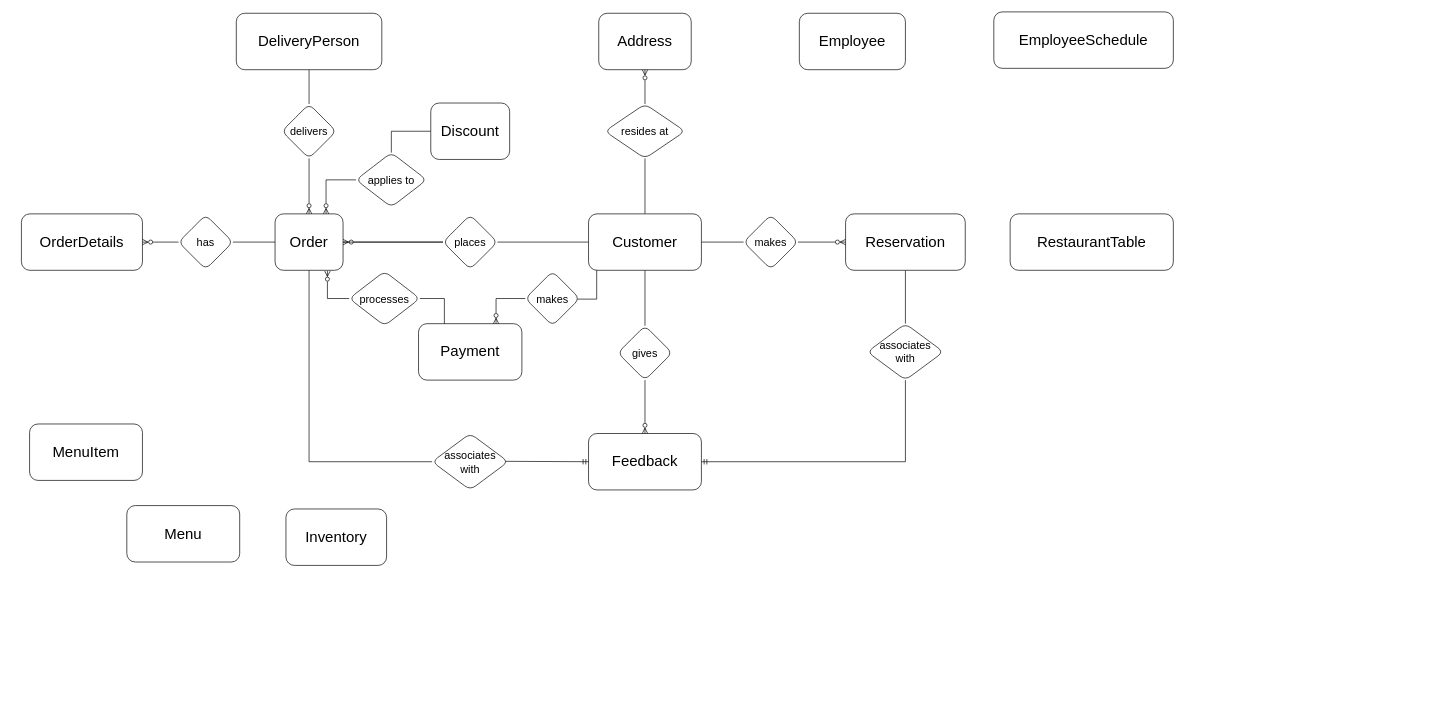
Before: ERD.drawio in KhangProton/ISYS3414-restaurant, a draw.io diagram. Source tidied: cells renumbered, new cells numbered last; positions are measured from the earlier drawing's top-left corner, leaving out a move shared by most shapes. Both pictures are drawn from the tidied source at 68%, with x=0, y=0 at pixel (21, 12).
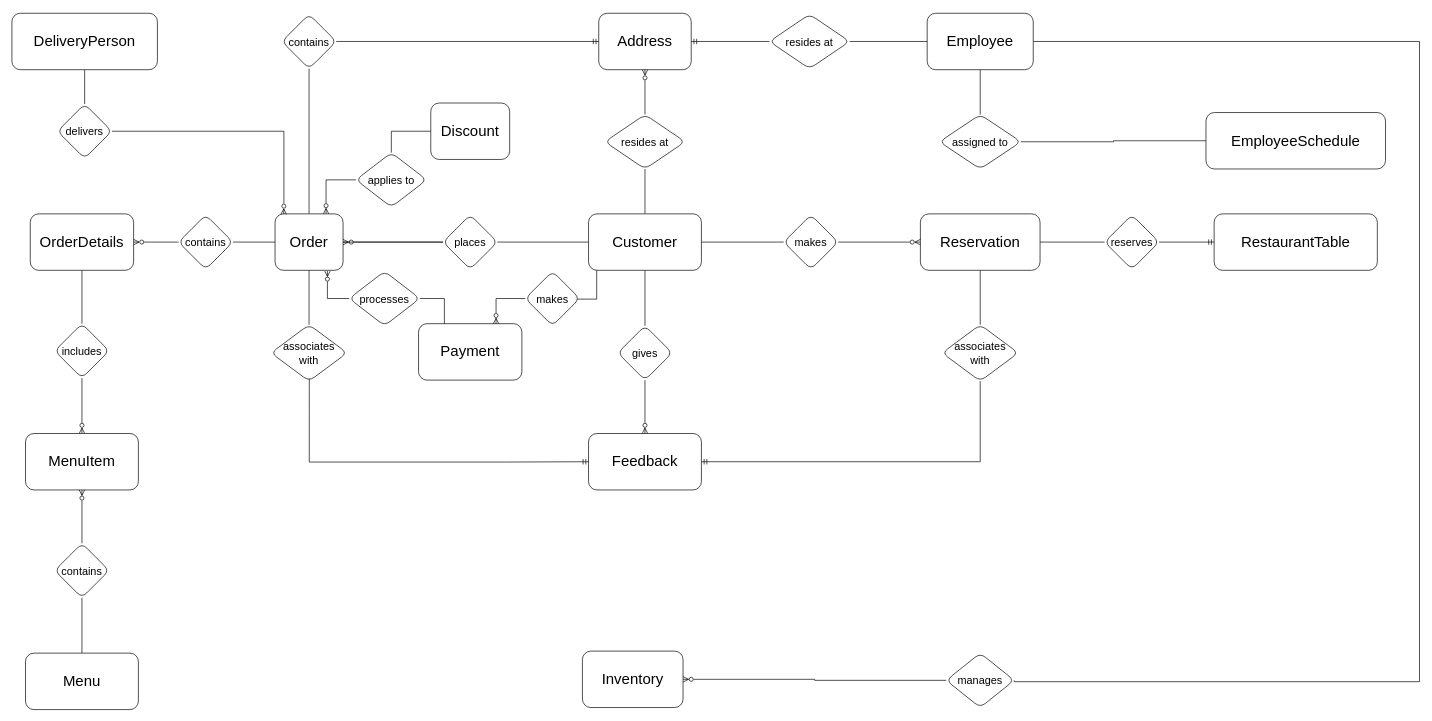
The same diagram, later.

Unchanged cells that the change refers to:
```xml
<mxCell id="7" value="Address" style="rounded=1;whiteSpace=wrap;fontSize=22;" parent="1" vertex="1">
  <mxGeometry x="849" y="2" width="136" height="83" as="geometry" />
</mxCell>
<mxCell id="13" value="Order" style="rounded=1;whiteSpace=wrap;fontSize=22;" parent="1" vertex="1">
  <mxGeometry x="373" y="297" width="100" height="83" as="geometry" />
</mxCell>
<mxCell id="21" value="Feedback" style="rounded=1;whiteSpace=wrap;fontSize=22;" parent="1" vertex="1">
  <mxGeometry x="834" y="620" width="166" height="83" as="geometry" />
</mxCell>
```

Change to the diagram source:
```diff
@@
     <mxCell id="9" value="DeliveryPerson" style="rounded=1;whiteSpace=wrap;fontSize=22;" parent="1" vertex="1">
-      <mxGeometry x="316" y="2" width="214" height="83" as="geometry" />
+      <mxGeometry x="-14" y="2" width="214" height="83" as="geometry" />
     </mxCell>
@@
-    <mxCell id="12" style="edgeStyle=orthogonalEdgeStyle;shape=connector;rounded=0;jettySize=auto;html=1;exitX=0.5;exitY=1;exitDx=0;exitDy=0;entryX=0;entryY=0.5;entryDx=0;entryDy=0;labelBackgroundColor=default;strokeColor=default;strokeWidth=1;fontFamily=Helvetica;fontSize=14;fontColor=default;endArrow=none;endFill=0;" parent="1" edge="1" source="13" target="36">
-      <mxGeometry relative="1" as="geometry">
-        <Array as="points">
-          <mxPoint x="423" y="662" />
-        </Array>
-      </mxGeometry>
+    <mxCell id="12" style="edgeStyle=orthogonalEdgeStyle;shape=connector;rounded=0;jettySize=auto;html=1;exitX=0.5;exitY=1;exitDx=0;exitDy=0;entryX=0.5;entryY=0;entryDx=0;entryDy=0;labelBackgroundColor=default;strokeColor=default;strokeWidth=1;fontFamily=Helvetica;fontSize=14;fontColor=default;endArrow=none;endFill=0;" parent="1" edge="1" source="13" target="36">
+      <mxGeometry relative="1" as="geometry" />
     </mxCell>
+    <mxCell id="51" style="edgeStyle=orthogonalEdgeStyle;shape=connector;rounded=0;jettySize=auto;html=1;labelBackgroundColor=default;strokeColor=default;strokeWidth=1;fontFamily=Helvetica;fontSize=14;fontColor=default;endArrow=none;endFill=0;" parent="1" edge="1" source="13" target="59">
+      <mxGeometry relative="1" as="geometry" />
+    </mxCell>
@@
+    <mxCell id="52" style="edgeStyle=orthogonalEdgeStyle;shape=connector;rounded=0;jettySize=auto;html=1;labelBackgroundColor=default;strokeColor=default;strokeWidth=1;fontFamily=Helvetica;fontSize=14;fontColor=default;endArrow=none;endFill=0;" parent="1" edge="1" source="14" target="62">
+      <mxGeometry relative="1" as="geometry" />
+    </mxCell>
     <mxCell id="14" value="OrderDetails" style="rounded=1;whiteSpace=wrap;fontSize=22;" parent="1" vertex="1">
-      <mxGeometry y="297" width="178" height="83" as="geometry" />
+      <mxGeometry x="13" y="297" width="152" height="83" as="geometry" />
     </mxCell>
+    <mxCell id="53" style="edgeStyle=orthogonalEdgeStyle;shape=connector;rounded=0;jettySize=auto;html=1;labelBackgroundColor=default;strokeColor=default;strokeWidth=1;fontFamily=Helvetica;fontSize=14;fontColor=default;endArrow=none;endFill=0;" parent="1" edge="1" source="15" target="64">
+      <mxGeometry relative="1" as="geometry" />
+    </mxCell>
     <mxCell id="15" value="Menu" style="rounded=1;whiteSpace=wrap;fontSize=22;" parent="1" vertex="1">
-      <mxGeometry x="155" y="726" width="166" height="83" as="geometry" />
+      <mxGeometry x="6" y="943" width="166" height="83" as="geometry" />
     </mxCell>
+    <mxCell id="54" style="edgeStyle=orthogonalEdgeStyle;shape=connector;rounded=0;jettySize=auto;html=1;labelBackgroundColor=default;strokeColor=default;strokeWidth=1;fontFamily=Helvetica;fontSize=14;fontColor=default;endArrow=none;endFill=0;startArrow=ERzeroToMany;startFill=0;" parent="1" edge="1" source="16" target="62">
+      <mxGeometry relative="1" as="geometry" />
+    </mxCell>
     <mxCell id="16" value="MenuItem" style="rounded=1;whiteSpace=wrap;fontSize=22;" parent="1" vertex="1">
-      <mxGeometry x="12" y="606" width="166" height="83" as="geometry" />
+      <mxGeometry x="6" y="620" width="166" height="83" as="geometry" />
     </mxCell>
@@
+    <mxCell id="55" style="edgeStyle=orthogonalEdgeStyle;shape=connector;rounded=0;jettySize=auto;html=1;labelBackgroundColor=default;strokeColor=default;strokeWidth=1;fontFamily=Helvetica;fontSize=14;fontColor=default;endArrow=none;endFill=0;" parent="1" edge="1" source="18" target="61">
+      <mxGeometry relative="1" as="geometry" />
+    </mxCell>
     <mxCell id="18" value="Reservation" style="rounded=1;whiteSpace=wrap;fontSize=22;" parent="1" vertex="1">
-      <mxGeometry x="1212" y="297" width="176" height="83" as="geometry" />
+      <mxGeometry x="1322" y="297" width="176" height="83" as="geometry" />
     </mxCell>
     <mxCell id="19" value="RestaurantTable" style="rounded=1;whiteSpace=wrap;fontSize=22;" parent="1" vertex="1">
-      <mxGeometry x="1454" y="297" width="240" height="83" as="geometry" />
+      <mxGeometry x="1754" y="297" width="240" height="83" as="geometry" />
     </mxCell>
+    <mxCell id="56" style="edgeStyle=orthogonalEdgeStyle;shape=connector;rounded=0;jettySize=auto;html=1;exitX=1;exitY=0.5;exitDx=0;exitDy=0;entryX=1;entryY=0.5;entryDx=0;entryDy=0;labelBackgroundColor=default;strokeColor=default;strokeWidth=1;fontFamily=Helvetica;fontSize=14;fontColor=default;endArrow=none;endFill=0;" parent="1" edge="1" source="20" target="69">
+      <mxGeometry relative="1" as="geometry">
+        <Array as="points">
+          <mxPoint x="2056" y="44" />
+          <mxPoint x="2056" y="985" />
+        </Array>
+      </mxGeometry>
+    </mxCell>
+    <mxCell id="57" style="edgeStyle=orthogonalEdgeStyle;shape=connector;rounded=0;jettySize=auto;html=1;exitX=0.5;exitY=1;exitDx=0;exitDy=0;entryX=0.5;entryY=0;entryDx=0;entryDy=0;labelBackgroundColor=default;strokeColor=default;strokeWidth=1;fontFamily=Helvetica;fontSize=14;fontColor=default;endArrow=none;endFill=0;" parent="1" edge="1" source="20" target="71">
+      <mxGeometry relative="1" as="geometry" />
+    </mxCell>
     <mxCell id="20" value="Employee" style="rounded=1;whiteSpace=wrap;fontSize=22;" parent="1" vertex="1">
-      <mxGeometry x="1144" y="2" width="156" height="83" as="geometry" />
+      <mxGeometry x="1332" y="2" width="156" height="83" as="geometry" />
     </mxCell>
@@
     <mxCell id="22" value="EmployeeSchedule" style="rounded=1;whiteSpace=wrap;fontSize=22;" parent="1" vertex="1">
-      <mxGeometry x="1430" width="264" height="83" as="geometry" />
+      <mxGeometry x="1742" y="148" width="264" height="83" as="geometry" />
     </mxCell>
@@
     <mxCell id="26" value="resides at" style="rhombus;whiteSpace=wrap;html=1;fontSize=16;rounded=1;" parent="1" vertex="1">
-      <mxGeometry x="858" y="135.5" width="118" height="80" as="geometry" />
+      <mxGeometry x="858" y="151" width="118" height="80" as="geometry" />
     </mxCell>
@@
     <mxCell id="28" value="makes" style="rhombus;whiteSpace=wrap;html=1;fontSize=16;rounded=1;" parent="1" vertex="1">
-      <mxGeometry x="1062" y="298.5" width="80" height="80" as="geometry" />
+      <mxGeometry x="1121" y="298.5" width="80" height="80" as="geometry" />
     </mxCell>
@@
-    <mxCell id="32" value="has" style="rhombus;whiteSpace=wrap;html=1;fontSize=16;rounded=1;" parent="1" vertex="1">
+    <mxCell id="32" value="contains" style="rhombus;whiteSpace=wrap;html=1;fontSize=16;rounded=1;" parent="1" vertex="1">
       <mxGeometry x="231" y="298.5" width="80" height="80" as="geometry" />
     </mxCell>
-    <mxCell id="33" style="edgeStyle=orthogonalEdgeStyle;shape=connector;rounded=0;jettySize=auto;html=1;labelBackgroundColor=default;strokeColor=default;strokeWidth=1;fontFamily=Helvetica;fontSize=14;fontColor=default;endArrow=ERzeroToMany;endFill=0;" parent="1" edge="1" source="34" target="13">
-      <mxGeometry relative="1" as="geometry" />
+    <mxCell id="33" style="edgeStyle=orthogonalEdgeStyle;shape=connector;rounded=0;jettySize=auto;html=1;labelBackgroundColor=default;strokeColor=default;strokeWidth=1;fontFamily=Helvetica;fontSize=14;fontColor=default;endArrow=ERzeroToMany;endFill=0;entryX=0.127;entryY=0.008;entryDx=0;entryDy=0;entryPerimeter=0;" parent="1" edge="1" source="34" target="13">
+      <mxGeometry relative="1" as="geometry">
+        <Array as="points">
+          <mxPoint x="386" y="176" />
+          <mxPoint x="386" y="282" />
+        </Array>
+      </mxGeometry>
     </mxCell>
     <mxCell id="34" value="delivers" style="rhombus;whiteSpace=wrap;html=1;fontSize=16;rounded=1;" parent="1" vertex="1">
-      <mxGeometry x="383" y="135.5" width="80" height="80" as="geometry" />
+      <mxGeometry x="53" y="135.5" width="80" height="80" as="geometry" />
     </mxCell>
-    <mxCell id="35" style="edgeStyle=orthogonalEdgeStyle;shape=connector;rounded=0;jettySize=auto;html=1;entryX=0;entryY=0.5;entryDx=0;entryDy=0;labelBackgroundColor=default;strokeColor=default;strokeWidth=1;fontFamily=Helvetica;fontSize=14;fontColor=default;endArrow=ERmandOne;endFill=0;exitX=0.952;exitY=0.493;exitDx=0;exitDy=0;exitPerimeter=0;" parent="1" edge="1" source="36" target="21">
+    <mxCell id="35" style="edgeStyle=orthogonalEdgeStyle;shape=connector;rounded=0;jettySize=auto;html=1;entryX=0;entryY=0.5;entryDx=0;entryDy=0;labelBackgroundColor=default;strokeColor=default;strokeWidth=1;fontFamily=Helvetica;fontSize=14;fontColor=default;endArrow=ERmandOne;endFill=0;exitX=0.503;exitY=0.948;exitDx=0;exitDy=0;exitPerimeter=0;" parent="1" edge="1" source="36" target="21">
       <mxGeometry relative="1" as="geometry">
         <Array as="points">
-          <mxPoint x="710" y="661" />
+          <mxPoint x="423" y="662" />
+          <mxPoint x="710" y="662" />
         </Array>
       </mxGeometry>
     </mxCell>
     <mxCell id="36" value="&lt;div&gt;associates&lt;/div&gt;&lt;div&gt;with&lt;br&gt;&lt;/div&gt;" style="rhombus;whiteSpace=wrap;html=1;fontSize=16;rounded=1;" parent="1" vertex="1">
-      <mxGeometry x="604" y="620" width="112" height="83" as="geometry" />
+      <mxGeometry x="367" y="460" width="112" height="83" as="geometry" />
     </mxCell>
@@
     <mxCell id="38" value="&lt;div&gt;associates&lt;/div&gt;&lt;div&gt;with&lt;br&gt;&lt;/div&gt;" style="rhombus;whiteSpace=wrap;html=1;fontSize=16;rounded=1;" parent="1" vertex="1">
-      <mxGeometry x="1244" y="458.5" width="112" height="83" as="geometry" />
+      <mxGeometry x="1354" y="460" width="112" height="83" as="geometry" />
     </mxCell>
     <mxCell id="39" value="Inventory" style="rounded=1;whiteSpace=wrap;fontSize=22;" parent="1" vertex="1">
-      <mxGeometry x="389" y="731" width="148" height="83" as="geometry" />
+      <mxGeometry x="825" y="940" width="148" height="83" as="geometry" />
     </mxCell>
@@
+    <mxCell id="58" style="edgeStyle=orthogonalEdgeStyle;shape=connector;rounded=0;jettySize=auto;html=1;exitX=1;exitY=0.5;exitDx=0;exitDy=0;entryX=0;entryY=0.5;entryDx=0;entryDy=0;labelBackgroundColor=default;strokeColor=default;strokeWidth=1;fontFamily=Helvetica;fontSize=14;fontColor=default;endArrow=ERmandOne;endFill=0;" parent="1" edge="1" source="59" target="7">
+      <mxGeometry relative="1" as="geometry" />
+    </mxCell>
+    <mxCell id="59" value="contains" style="rhombus;whiteSpace=wrap;html=1;fontSize=16;rounded=1;" parent="1" vertex="1">
+      <mxGeometry x="383" y="3.5" width="80" height="80" as="geometry" />
+    </mxCell>
+    <mxCell id="60" style="edgeStyle=orthogonalEdgeStyle;shape=connector;rounded=0;jettySize=auto;html=1;exitX=1;exitY=0.5;exitDx=0;exitDy=0;entryX=0;entryY=0.5;entryDx=0;entryDy=0;labelBackgroundColor=default;strokeColor=default;strokeWidth=1;fontFamily=Helvetica;fontSize=14;fontColor=default;endArrow=ERmandOne;endFill=0;" parent="1" edge="1" source="61" target="19">
+      <mxGeometry relative="1" as="geometry" />
+    </mxCell>
+    <mxCell id="61" value="reserves" style="rhombus;whiteSpace=wrap;html=1;fontSize=16;rounded=1;" parent="1" vertex="1">
+      <mxGeometry x="1593" y="298.5" width="80" height="80" as="geometry" />
+    </mxCell>
+    <mxCell id="62" value="includes" style="rhombus;whiteSpace=wrap;html=1;fontSize=16;rounded=1;" parent="1" vertex="1">
+      <mxGeometry x="49" y="458.5" width="80" height="80" as="geometry" />
+    </mxCell>
+    <mxCell id="63" style="edgeStyle=orthogonalEdgeStyle;shape=connector;rounded=0;jettySize=auto;html=1;exitX=0.5;exitY=0;exitDx=0;exitDy=0;entryX=0.5;entryY=1;entryDx=0;entryDy=0;labelBackgroundColor=default;strokeColor=default;strokeWidth=1;fontFamily=Helvetica;fontSize=14;fontColor=default;endArrow=ERzeroToMany;endFill=0;" parent="1" edge="1" source="64" target="16">
+      <mxGeometry relative="1" as="geometry" />
+    </mxCell>
+    <mxCell id="64" value="contains" style="rhombus;whiteSpace=wrap;html=1;fontSize=16;rounded=1;" parent="1" vertex="1">
+      <mxGeometry x="49" y="781.5" width="80" height="80" as="geometry" />
+    </mxCell>
+    <mxCell id="65" style="edgeStyle=orthogonalEdgeStyle;shape=connector;rounded=0;jettySize=auto;html=1;exitX=1;exitY=0.5;exitDx=0;exitDy=0;entryX=0;entryY=0.5;entryDx=0;entryDy=0;labelBackgroundColor=default;strokeColor=default;strokeWidth=1;fontFamily=Helvetica;fontSize=14;fontColor=default;endArrow=none;endFill=0;" parent="1" edge="1" source="67" target="20">
+      <mxGeometry relative="1" as="geometry" />
+    </mxCell>
+    <mxCell id="66" style="edgeStyle=orthogonalEdgeStyle;shape=connector;rounded=0;jettySize=auto;html=1;exitX=0;exitY=0.5;exitDx=0;exitDy=0;entryX=1;entryY=0.5;entryDx=0;entryDy=0;labelBackgroundColor=default;strokeColor=default;strokeWidth=1;fontFamily=Helvetica;fontSize=14;fontColor=default;endArrow=ERmandOne;endFill=0;" parent="1" edge="1" source="67" target="7">
+      <mxGeometry relative="1" as="geometry" />
+    </mxCell>
+    <mxCell id="67" value="resides at" style="rhombus;whiteSpace=wrap;html=1;fontSize=16;rounded=1;" parent="1" vertex="1">
+      <mxGeometry x="1100" y="3.5" width="118" height="80" as="geometry" />
+    </mxCell>
+    <mxCell id="68" style="edgeStyle=orthogonalEdgeStyle;shape=connector;rounded=0;jettySize=auto;html=1;exitX=0;exitY=0.5;exitDx=0;exitDy=0;entryX=1;entryY=0.5;entryDx=0;entryDy=0;labelBackgroundColor=default;strokeColor=default;strokeWidth=1;fontFamily=Helvetica;fontSize=14;fontColor=default;endArrow=ERzeroToMany;endFill=0;" parent="1" edge="1" source="69" target="39">
+      <mxGeometry relative="1" as="geometry" />
+    </mxCell>
+    <mxCell id="69" value="manages" style="rhombus;whiteSpace=wrap;html=1;fontSize=16;rounded=1;" parent="1" vertex="1">
+      <mxGeometry x="1360" y="943" width="100" height="80" as="geometry" />
+    </mxCell>
+    <mxCell id="70" style="edgeStyle=orthogonalEdgeStyle;shape=connector;rounded=0;jettySize=auto;html=1;exitX=1;exitY=0.5;exitDx=0;exitDy=0;entryX=0;entryY=0.5;entryDx=0;entryDy=0;labelBackgroundColor=default;strokeColor=default;strokeWidth=1;fontFamily=Helvetica;fontSize=14;fontColor=default;endArrow=none;endFill=0;" parent="1" edge="1" source="71" target="22">
+      <mxGeometry relative="1" as="geometry" />
+    </mxCell>
+    <mxCell id="71" value="assigned to" style="rhombus;whiteSpace=wrap;html=1;fontSize=16;rounded=1;" parent="1" vertex="1">
+      <mxGeometry x="1350" y="151" width="120" height="80" as="geometry" />
+    </mxCell>
```
